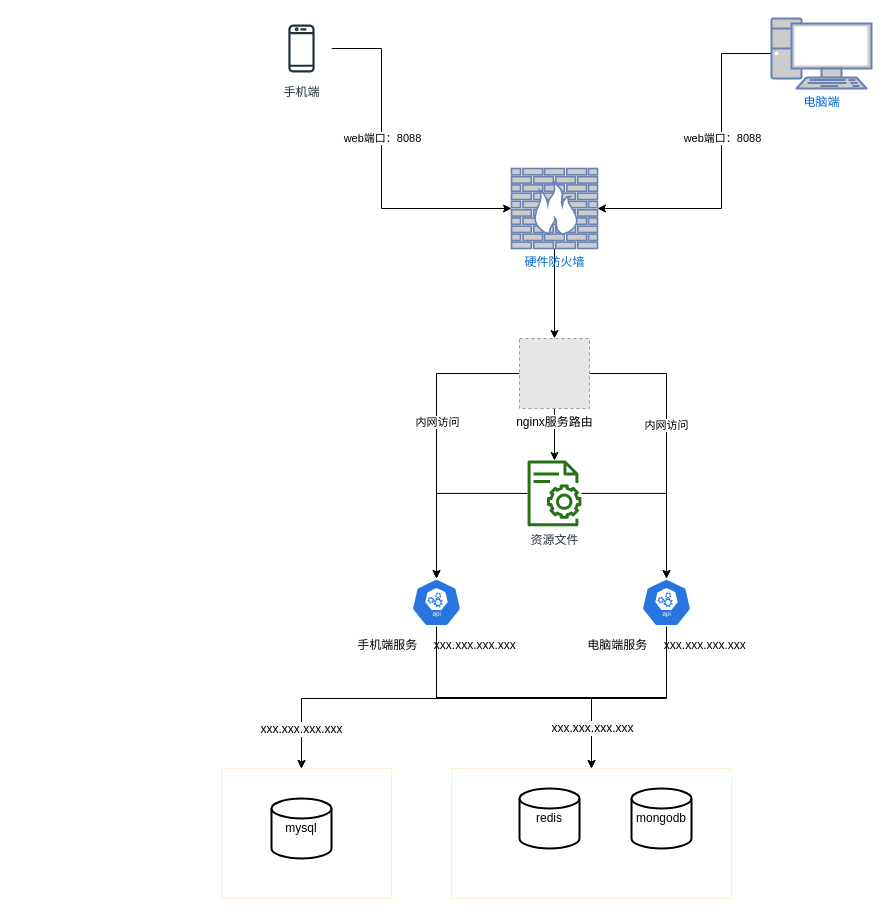
Above: 方正圈子.drawio in ammengke/my-drawio (draw.io), before the change. Source tidied: cells renumbered, new cells numbered last; positions are measured from the earlier drawing's top-left corner, leaving out a move shared by most shapes. Both pictures are drawn from the tidied source at 100%, with x=0, y=0 at pixel (221, 18). Pictures stored in the file or linked from it are replaced by grey dashed boxes.
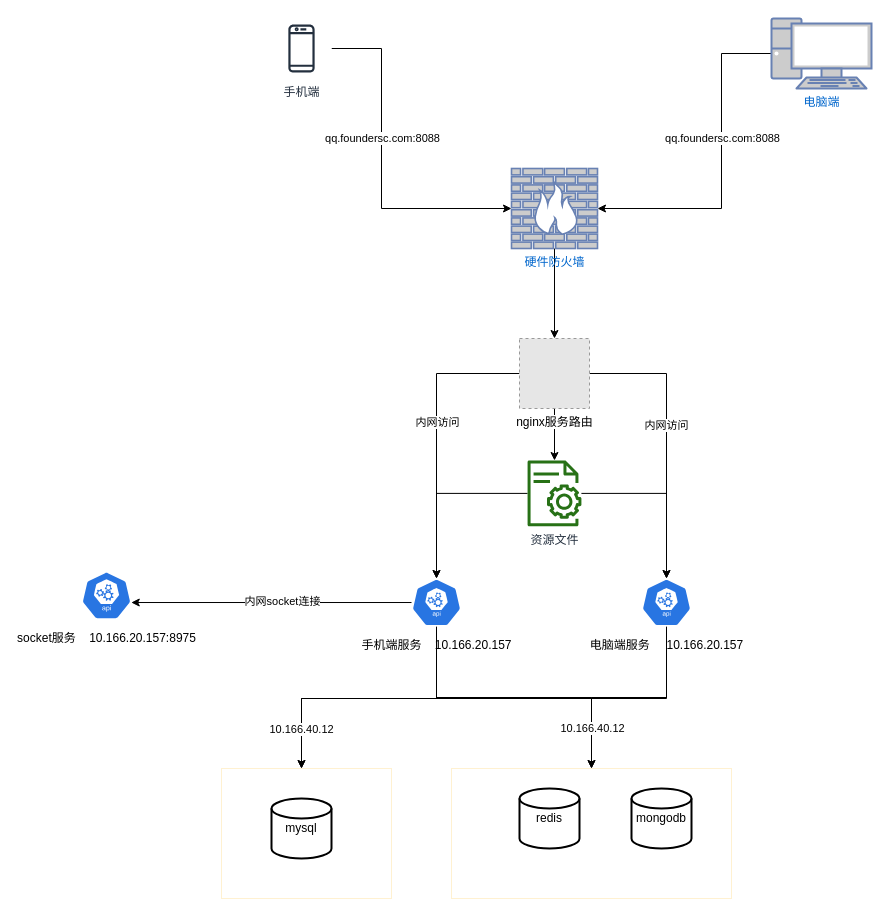
The same page after the edit.

Commit message:
更新方正圈子.drawio

Unchanged cells that the change refers to:
```xml
<mxCell id="3" style="edgeStyle=orthogonalEdgeStyle;rounded=0;jettySize=auto;html=1;entryX=0;entryY=0.5;entryDx=0;entryDy=0;entryPerimeter=0;" parent="1" edge="1" source="5" target="16">
  <mxGeometry relative="1" as="geometry">
    <Array as="points">
      <mxPoint x="160" y="30" />
      <mxPoint x="160" y="190" />
    </Array>
  </mxGeometry>
</mxCell>
<mxCell id="6" style="edgeStyle=orthogonalEdgeStyle;rounded=0;jettySize=auto;html=1;entryX=1;entryY=0.5;entryDx=0;entryDy=0;entryPerimeter=0;" parent="1" edge="1" source="8" target="16">
  <mxGeometry relative="1" as="geometry">
    <Array as="points">
      <mxPoint x="500" y="35" />
      <mxPoint x="500" y="190" />
    </Array>
  </mxGeometry>
</mxCell>
<mxCell id="20" style="edgeStyle=orthogonalEdgeStyle;rounded=0;jettySize=auto;html=1;entryX=0.5;entryY=0;entryDx=0;entryDy=0;" parent="1" edge="1" source="24" target="28">
  <mxGeometry relative="1" as="geometry" />
</mxCell>
<mxCell id="22" style="edgeStyle=orthogonalEdgeStyle;rounded=0;jettySize=auto;html=1;" parent="1" edge="1" source="24">
  <mxGeometry relative="1" as="geometry">
    <mxPoint x="80" y="750" as="targetPoint" />
    <Array as="points">
      <mxPoint x="445" y="680" />
      <mxPoint x="80" y="680" />
    </Array>
  </mxGeometry>
</mxCell>
```

What changed in the source:
```diff
@@
-    <mxCell id="4" value="web端口：8088" style="edgeLabel;html=1;align=center;verticalAlign=middle;" parent="3" vertex="1">
+    <mxCell id="4" value="qq.foundersc.com:8088" style="edgeLabel;html=1;align=center;verticalAlign=middle;" parent="3" vertex="1">
       <mxGeometry x="-0.18" relative="1" as="geometry" />
     </mxCell>
@@
-    <mxCell id="7" value="web端口：8088" style="edgeLabel;html=1;align=center;verticalAlign=middle;" parent="6" vertex="1">
+    <mxCell id="7" value="qq.foundersc.com:8088" style="edgeLabel;html=1;align=center;verticalAlign=middle;" parent="6" vertex="1">
       <mxGeometry x="-0.36" y="-2" relative="1" as="geometry">
         <mxPoint x="2" y="29" as="offset" />
       </mxGeometry>
     </mxCell>
@@
+    <mxCell id="32" style="edgeStyle=orthogonalEdgeStyle;rounded=0;jettySize=auto;html=1;entryX=0.995;entryY=0.63;entryDx=0;entryDy=0;entryPerimeter=0;" parent="1" edge="1" source="19" target="34">
+      <mxGeometry relative="1" as="geometry" />
+    </mxCell>
+    <mxCell id="33" value="内网socket连接" style="edgeLabel;html=1;align=center;verticalAlign=middle;" parent="32" vertex="1">
+      <mxGeometry x="-0.07" y="-2" relative="1" as="geometry" />
+    </mxCell>
-    <mxCell id="19" value="&lt;br&gt;&lt;br&gt;&lt;br&gt;&lt;br&gt;&lt;br&gt;&lt;br&gt;手机端服务&amp;nbsp; &amp;nbsp; &amp;nbsp;xxx.xxx.xxx.xxx" style="html=1;dashed=0;whitespace=wrap;fillColor=#2875E2;strokeColor=#ffffff;points=[[0.005,0.63,0],[0.1,0.2,0],[0.9,0.2,0],[0.5,0,0],[0.995,0.63,0],[0.72,0.99,0],[0.5,1,0],[0.28,0.99,0]];shape=mxgraph.kubernetes.icon;prIcon=api;" parent="1" vertex="1">
+    <mxCell id="19" value="&lt;br&gt;&lt;br&gt;&lt;br&gt;&lt;br&gt;&lt;br&gt;&lt;br&gt;手机端服务&amp;nbsp; &amp;nbsp; 10.166.20.157" style="html=1;dashed=0;whitespace=wrap;fillColor=#2875E2;strokeColor=#ffffff;points=[[0.005,0.63,0],[0.1,0.2,0],[0.9,0.2,0],[0.5,0,0],[0.995,0.63,0],[0.72,0.99,0],[0.5,1,0],[0.28,0.99,0]];shape=mxgraph.kubernetes.icon;prIcon=api;" parent="1" vertex="1">
       <mxGeometry x="190" y="560" width="50" height="48" as="geometry" />
     </mxCell>
@@
-    <mxCell id="21" value="&lt;span style=&quot;font-size: 12px ; background-color: rgb(248 , 249 , 250)&quot;&gt;xxx.xxx.xxx.xxx&lt;/span&gt;" style="edgeLabel;html=1;align=center;verticalAlign=middle;" parent="20" vertex="1">
+    <mxCell id="21" value="10.166.40.12" style="edgeLabel;html=1;align=center;verticalAlign=middle;" parent="20" vertex="1">
       <mxGeometry x="0.56" y="1" relative="1" as="geometry">
         <mxPoint x="-1" y="7.5" as="offset" />
       </mxGeometry>
     </mxCell>
@@
-    <mxCell id="23" value="&lt;span style=&quot;font-size: 12px ; background-color: rgb(248 , 249 , 250)&quot;&gt;xxx.xxx.xxx.xxx&lt;/span&gt;" style="edgeLabel;html=1;align=center;verticalAlign=middle;" parent="22" vertex="1">
+    <mxCell id="23" value="10.166.40.12" style="edgeLabel;html=1;align=center;verticalAlign=middle;" parent="22" vertex="1">
       <mxGeometry x="0.55" y="1" relative="1" as="geometry">
         <mxPoint x="-44.1" y="29" as="offset" />
       </mxGeometry>
     </mxCell>
-    <mxCell id="24" value="&lt;br&gt;&lt;br&gt;&lt;br&gt;&lt;br&gt;&lt;br&gt;&lt;br&gt;电脑端服务&amp;nbsp; &amp;nbsp; &amp;nbsp;xxx.xxx.xxx.xxx" style="html=1;dashed=0;whitespace=wrap;fillColor=#2875E2;strokeColor=#ffffff;points=[[0.005,0.63,0],[0.1,0.2,0],[0.9,0.2,0],[0.5,0,0],[0.995,0.63,0],[0.72,0.99,0],[0.5,1,0],[0.28,0.99,0]];shape=mxgraph.kubernetes.icon;prIcon=api;" parent="1" vertex="1">
+    <mxCell id="24" value="&lt;br&gt;&lt;br&gt;&lt;br&gt;&lt;br&gt;&lt;br&gt;&lt;br&gt;电脑端服务&amp;nbsp; &amp;nbsp; &amp;nbsp;10.166.20.157" style="html=1;dashed=0;whitespace=wrap;fillColor=#2875E2;strokeColor=#ffffff;points=[[0.005,0.63,0],[0.1,0.2,0],[0.9,0.2,0],[0.5,0,0],[0.995,0.63,0],[0.72,0.99,0],[0.5,1,0],[0.28,0.99,0]];shape=mxgraph.kubernetes.icon;prIcon=api;" parent="1" vertex="1">
       <mxGeometry x="420" y="560" width="50" height="48" as="geometry" />
     </mxCell>
@@
+    <mxCell id="34" value="&lt;br&gt;&lt;br&gt;&lt;br&gt;&lt;br&gt;&lt;br&gt;&lt;br&gt;socket服务&amp;nbsp; &amp;nbsp; 10.166.20.157:8975" style="html=1;dashed=0;whitespace=wrap;fillColor=#2875E2;strokeColor=#ffffff;points=[[0.005,0.63,0],[0.1,0.2,0],[0.9,0.2,0],[0.5,0,0],[0.995,0.63,0],[0.72,0.99,0],[0.5,1,0],[0.28,0.99,0]];shape=mxgraph.kubernetes.icon;prIcon=api;" parent="1" vertex="1">
+      <mxGeometry x="-140" y="550" width="50" height="54" as="geometry" />
+    </mxCell>
```
